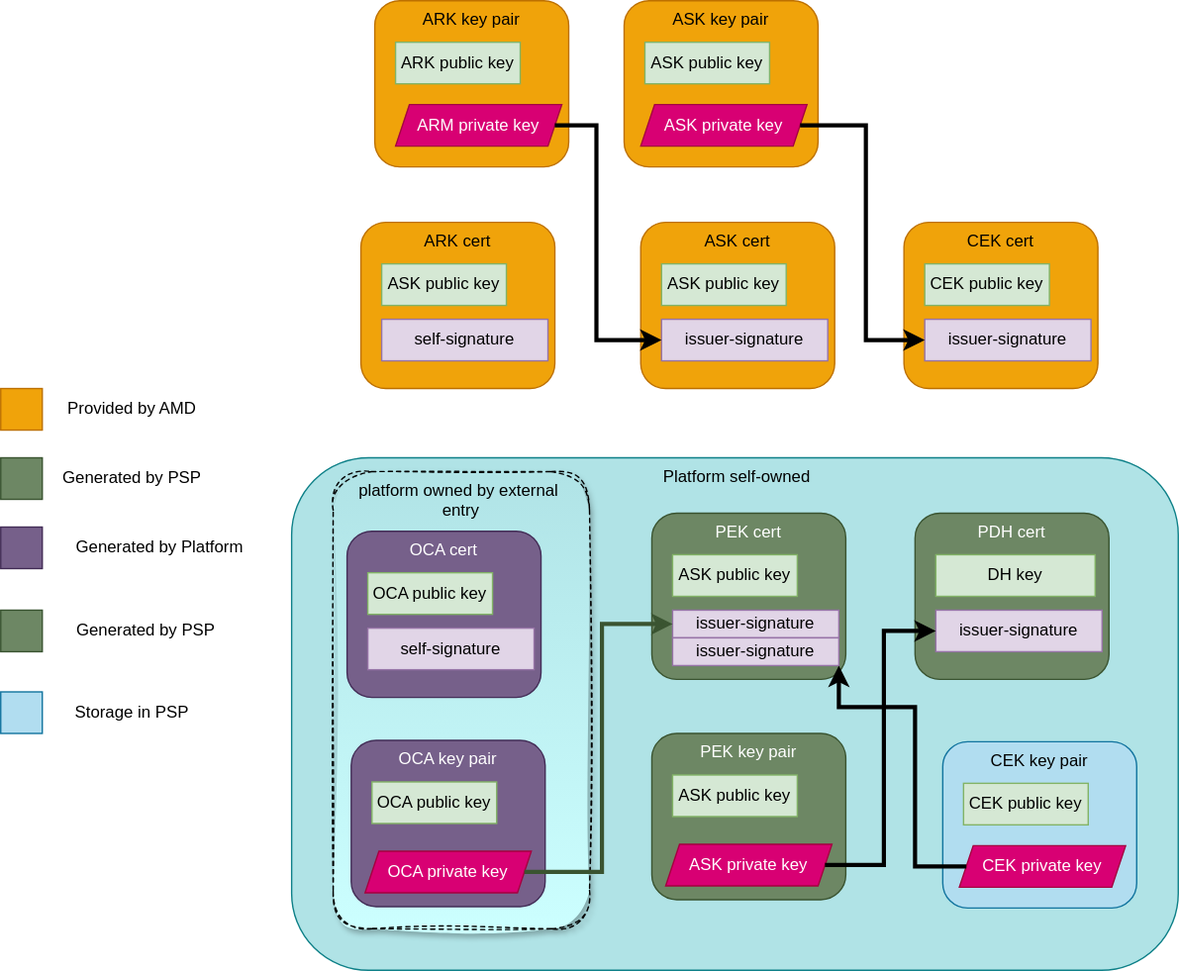
cai-fuqiang/cai-fuqiang.github.io keeps this draw.io diagram as _posts/coco/amdsev/pic/sev_keys.svg. Above is the earlier version. Source tidied: cells renumbered, new cells last; positions are measured from the earlier drawing's top-left corner, leaving out a move shared by most shapes.
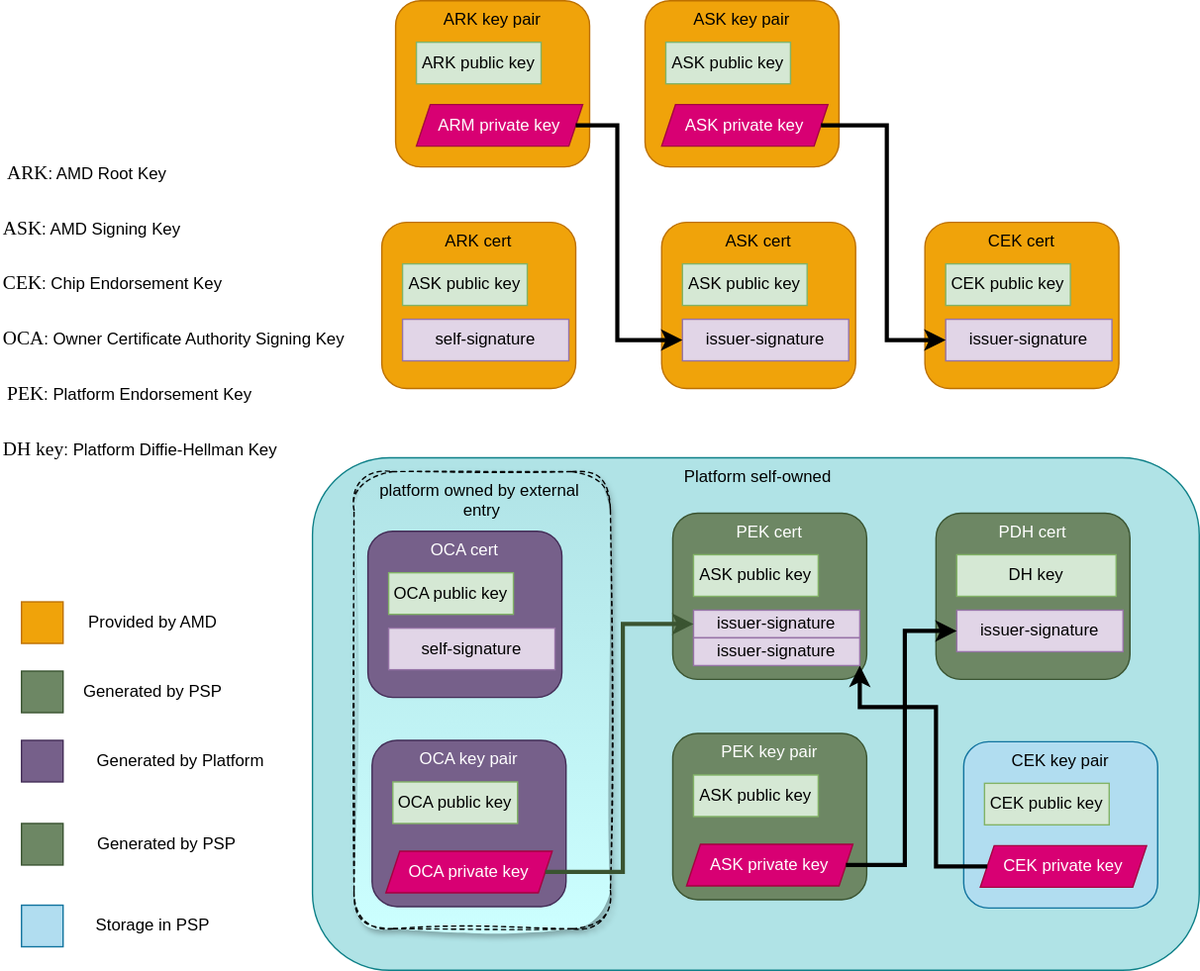
Above is the later version.

Diff of the diagram source:
```diff
@@ -6,19 +6,19 @@
       <mxGeometry x="210" y="330" width="640" height="370" as="geometry" />
     </mxCell>
     <mxCell id="3" value="Provided by AMD" style="text;html=1;align=center;verticalAlign=middle;whiteSpace=wrap;rounded=0;" parent="1" vertex="1">
-      <mxGeometry y="280" width="190" height="30" as="geometry" />
+      <mxGeometry y="434" width="190" height="30" as="geometry" />
     </mxCell>
     <mxCell id="4" value="Generated by PSP" style="text;html=1;align=center;verticalAlign=middle;whiteSpace=wrap;rounded=0;" parent="1" vertex="1">
-      <mxGeometry y="330" width="190" height="30" as="geometry" />
+      <mxGeometry y="484" width="190" height="30" as="geometry" />
     </mxCell>
     <mxCell id="5" value="Generated by Platform" style="text;html=1;align=center;verticalAlign=middle;whiteSpace=wrap;rounded=0;" parent="1" vertex="1">
-      <mxGeometry x="20" y="380" width="190" height="30" as="geometry" />
+      <mxGeometry x="20" y="534" width="190" height="30" as="geometry" />
     </mxCell>
     <mxCell id="6" value="Generated by PSP" style="text;html=1;align=center;verticalAlign=middle;whiteSpace=wrap;rounded=0;" parent="1" vertex="1">
-      <mxGeometry x="10" y="440" width="190" height="30" as="geometry" />
+      <mxGeometry x="10" y="594" width="190" height="30" as="geometry" />
     </mxCell>
     <mxCell id="7" value="Storage in PSP" style="text;html=1;align=center;verticalAlign=middle;whiteSpace=wrap;rounded=0;" parent="1" vertex="1">
-      <mxGeometry x="10" y="499" width="170" height="30" as="geometry" />
+      <mxGeometry x="10" y="653" width="170" height="30" as="geometry" />
     </mxCell>
     <mxCell id="8" style="group;fillColor=default;" parent="1" vertex="1">
       <mxGeometry x="270" width="140" height="120" as="geometry" />
@@ -147,7 +147,7 @@
       <mxGeometry x="10" y="80" width="120" height="30" as="geometry" />
     </mxCell>
     <mxCell id="50" style="rounded=0;whiteSpace=wrap;html=1;fillColor=#f0a30a;fontColor=#000000;strokeColor=#BD7000;" parent="1" vertex="1">
-      <mxGeometry y="280" width="30" height="30" as="geometry" />
+      <mxGeometry y="434" width="30" height="30" as="geometry" />
     </mxCell>
     <mxCell id="51" style="group;" parent="1" vertex="1">
       <mxGeometry x="253" y="534" width="140" height="120" as="geometry" />
@@ -177,10 +177,10 @@
       <mxGeometry relative="1" as="geometry" />
     </mxCell>
     <mxCell id="58" style="rounded=0;whiteSpace=wrap;html=1;fillColor=#6d8764;fontColor=#ffffff;strokeColor=#3A5431;" parent="1" vertex="1">
-      <mxGeometry y="330" width="30" height="30" as="geometry" />
+      <mxGeometry y="484" width="30" height="30" as="geometry" />
     </mxCell>
     <mxCell id="59" style="rounded=0;whiteSpace=wrap;html=1;fillColor=#76608a;fontColor=#ffffff;strokeColor=#432D57;" parent="1" vertex="1">
-      <mxGeometry y="380" width="30" height="30" as="geometry" />
+      <mxGeometry y="534" width="30" height="30" as="geometry" />
     </mxCell>
     <mxCell id="60" style="edgeStyle=orthogonalEdgeStyle;rounded=0;jettySize=auto;html=1;entryX=0;entryY=0.5;entryDx=0;entryDy=0;strokeWidth=3;" parent="1" edge="1" source="11" target="28">
       <mxGeometry relative="1" as="geometry">
@@ -194,10 +194,28 @@
       <mxGeometry relative="1" as="geometry" />
     </mxCell>
     <mxCell id="62" style="rounded=0;whiteSpace=wrap;html=1;fillColor=#6d8764;fontColor=#ffffff;strokeColor=#3A5431;" parent="1" vertex="1">
-      <mxGeometry y="440" width="30" height="30" as="geometry" />
+      <mxGeometry y="594" width="30" height="30" as="geometry" />
     </mxCell>
     <mxCell id="63" style="rounded=0;whiteSpace=wrap;html=1;fillColor=#b1ddf0;strokeColor=#10739e;" parent="1" vertex="1">
-      <mxGeometry y="499" width="30" height="30" as="geometry" />
+      <mxGeometry y="653" width="30" height="30" as="geometry" />
     </mxCell>
+    <mxCell id="64" value="&lt;font style=&quot;font-size: 14px;&quot; face=&quot;Comic Sans MS&quot;&gt;CEK&lt;/font&gt;: Chip Endorsement Key" style="text;html=1;align=left;verticalAlign=middle;whiteSpace=wrap;rounded=0;labelBackgroundColor=default;" parent="1" vertex="1">
+      <mxGeometry x="-15" y="190" width="170" height="30" as="geometry" />
+    </mxCell>
+    <mxCell id="65" value="&lt;font style=&quot;font-size: 14px;&quot; face=&quot;Comic Sans MS&quot;&gt;ASK&lt;/font&gt;: AMD Signing Key" style="text;html=1;align=left;verticalAlign=middle;whiteSpace=wrap;rounded=0;labelBackgroundColor=default;" parent="1" vertex="1">
+      <mxGeometry x="-15" y="150" width="145" height="30" as="geometry" />
+    </mxCell>
+    <mxCell id="66" value="&lt;font style=&quot;font-size: 14px;&quot; face=&quot;Comic Sans MS&quot;&gt;OCA&lt;/font&gt;: Owner Certificate Authority Signing Key" style="text;html=1;align=left;verticalAlign=middle;whiteSpace=wrap;rounded=0;labelBackgroundColor=default;" parent="1" vertex="1">
+      <mxGeometry x="-15" y="230" width="265" height="30" as="geometry" />
+    </mxCell>
+    <mxCell id="67" value="&lt;font face=&quot;Comic Sans MS&quot; style=&quot;font-size: 14px;&quot;&gt;ARK&lt;/font&gt;: AMD Root Key" style="text;html=1;align=left;verticalAlign=middle;whiteSpace=wrap;rounded=0;labelBackgroundColor=default;" parent="1" vertex="1">
+      <mxGeometry x="-12.5" y="110" width="125" height="30" as="geometry" />
+    </mxCell>
+    <mxCell id="68" value="&lt;font style=&quot;font-size: 14px;&quot; face=&quot;Comic Sans MS&quot;&gt;PEK&lt;/font&gt;: Platform Endorsement Key" style="text;html=1;align=left;verticalAlign=middle;whiteSpace=wrap;rounded=0;labelBackgroundColor=default;" parent="1" vertex="1">
+      <mxGeometry x="-12.5" y="270" width="185" height="30" as="geometry" />
+    </mxCell>
+    <mxCell id="69" value="&lt;font style=&quot;font-size: 14px;&quot; face=&quot;Comic Sans MS&quot;&gt;DH key&lt;/font&gt;: Platform Diffie-Hellman Key" style="text;html=1;align=left;verticalAlign=middle;whiteSpace=wrap;rounded=0;labelBackgroundColor=default;" parent="1" vertex="1">
+      <mxGeometry x="-15" y="310" width="210" height="30" as="geometry" />
+    </mxCell>
   </root>
 </mxGraphModel>
```
